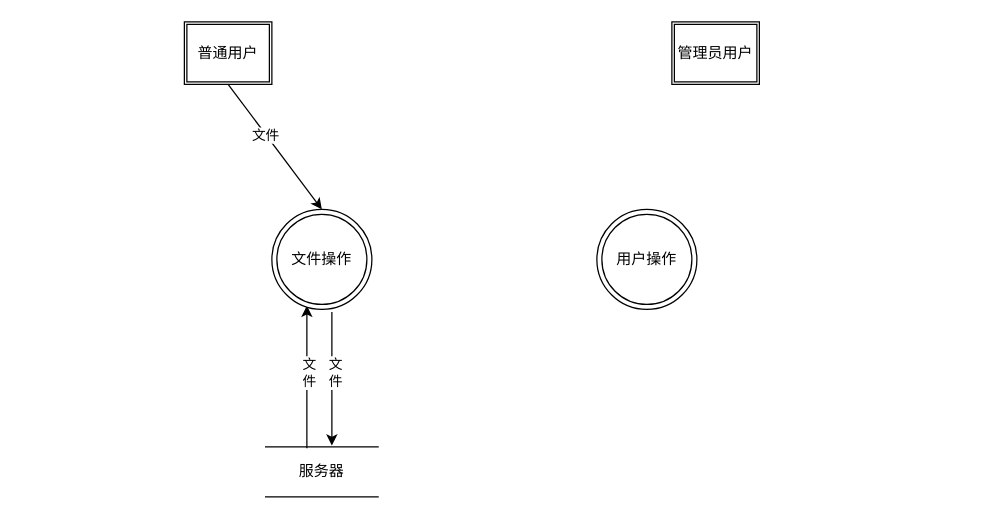
ppp-203/ppp-203 keeps this draw.io diagram as yewuliuchengtu2.0.drawio. Above is the earlier version. Source tidied: cells renumbered, new cells numbered last; positions are measured from the earlier drawing's top-left corner, leaving out a move shared by most shapes. Both pictures are drawn from the tidied source at 125%, with x=0, y=0 at pixel (184, 21).
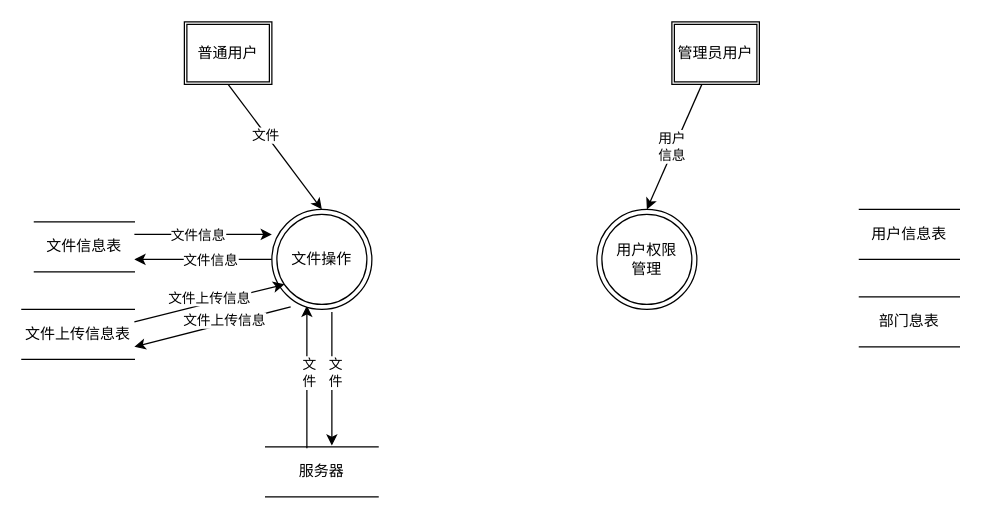
The same diagram, later.

Unchanged cells that the change refers to:
```xml
<mxCell id="7" value="文件操作" style="ellipse;shape=doubleEllipse;whiteSpace=wrap;html=1;" parent="1" vertex="1">
  <mxGeometry x="70" y="150" width="80" height="80" as="geometry" />
</mxCell>
<mxCell id="8" value="管理员用户" style="shape=ext;double=1;rounded=0;whiteSpace=wrap;html=1;" parent="1" vertex="1">
  <mxGeometry x="390" width="70" height="50" as="geometry" />
</mxCell>
```

Diff of the diagram source:
```diff
@@
+    <mxCell id="13" style="edgeStyle=none;rounded=0;jettySize=auto;html=1;entryX=1;entryY=0.75;entryDx=0;entryDy=0;" parent="1" edge="1" source="7" target="23">
+      <mxGeometry relative="1" as="geometry" />
+    </mxCell>
+    <mxCell id="14" value="文件信息" style="edgeLabel;html=1;align=center;verticalAlign=middle;" parent="13" vertex="1">
+      <mxGeometry x="-0.35" y="-2" relative="1" as="geometry">
+        <mxPoint x="-14" y="2" as="offset" />
+      </mxGeometry>
+    </mxCell>
+    <mxCell id="15" style="edgeStyle=none;rounded=0;jettySize=auto;html=1;entryX=1;entryY=0.75;entryDx=0;entryDy=0;exitX=0.188;exitY=0.975;exitDx=0;exitDy=0;exitPerimeter=0;" parent="1" edge="1" source="7" target="26">
+      <mxGeometry relative="1" as="geometry" />
+    </mxCell>
+    <mxCell id="16" value="&lt;span style=&quot;font-family: &amp;#34;helvetica&amp;#34;&quot;&gt;文件上传信息&lt;/span&gt;" style="edgeLabel;html=1;align=center;verticalAlign=middle;" parent="15" vertex="1">
+      <mxGeometry x="-0.32" relative="1" as="geometry">
+        <mxPoint x="-11" as="offset" />
+      </mxGeometry>
+    </mxCell>
@@
+    <mxCell id="17" style="edgeStyle=none;rounded=0;jettySize=auto;html=1;entryX=0.5;entryY=0;entryDx=0;entryDy=0;" parent="1" edge="1" source="8" target="12">
+      <mxGeometry relative="1" as="geometry" />
+    </mxCell>
+    <mxCell id="18" value="用户&lt;br&gt;信息" style="edgeLabel;html=1;align=center;verticalAlign=middle;" parent="17" vertex="1">
+      <mxGeometry x="0.17" y="3" relative="1" as="geometry">
+        <mxPoint x="-1" y="-10" as="offset" />
+      </mxGeometry>
+    </mxCell>
@@
-    <mxCell id="12" value="用户操作" style="ellipse;shape=doubleEllipse;whiteSpace=wrap;html=1;" parent="1" vertex="1">
+    <mxCell id="12" value="用户权限&lt;br&gt;管理" style="ellipse;shape=doubleEllipse;whiteSpace=wrap;html=1;" parent="1" vertex="1">
       <mxGeometry x="330" y="150" width="80" height="80" as="geometry" />
     </mxCell>
+    <mxCell id="19" value="用户信息表" style="shape=partialRectangle;whiteSpace=wrap;html=1;left=0;right=0;fillColor=none;" parent="1" vertex="1">
+      <mxGeometry x="540" y="150" width="80" height="40" as="geometry" />
+    </mxCell>
+    <mxCell id="20" value="部门息表" style="shape=partialRectangle;whiteSpace=wrap;html=1;left=0;right=0;fillColor=none;" parent="1" vertex="1">
+      <mxGeometry x="540" y="220" width="80" height="40" as="geometry" />
+    </mxCell>
+    <mxCell id="21" style="edgeStyle=none;rounded=0;jettySize=auto;html=1;exitX=1;exitY=0.25;exitDx=0;exitDy=0;" parent="1" edge="1" source="23">
+      <mxGeometry relative="1" as="geometry">
+        <mxPoint x="70" y="170" as="targetPoint" />
+      </mxGeometry>
+    </mxCell>
+    <mxCell id="22" value="文件信息" style="edgeLabel;html=1;align=center;verticalAlign=middle;" parent="21" vertex="1">
+      <mxGeometry x="-0.42" y="-2" relative="1" as="geometry">
+        <mxPoint x="18" y="-2" as="offset" />
+      </mxGeometry>
+    </mxCell>
+    <mxCell id="23" value="文件信息表" style="shape=partialRectangle;whiteSpace=wrap;html=1;left=0;right=0;fillColor=none;" parent="1" vertex="1">
+      <mxGeometry x="-120" y="160" width="80" height="40" as="geometry" />
+    </mxCell>
+    <mxCell id="24" style="edgeStyle=none;rounded=0;jettySize=auto;html=1;entryX=0.125;entryY=0.75;entryDx=0;entryDy=0;exitX=1;exitY=0.25;exitDx=0;exitDy=0;entryPerimeter=0;" parent="1" edge="1" source="26" target="7">
+      <mxGeometry relative="1" as="geometry" />
+    </mxCell>
+    <mxCell id="25" value="&lt;span style=&quot;font-family: &amp;#34;helvetica&amp;#34;&quot;&gt;文件上传信息&lt;/span&gt;" style="edgeLabel;html=1;align=center;verticalAlign=middle;" parent="24" vertex="1">
+      <mxGeometry x="-0.21" y="-5" relative="1" as="geometry">
+        <mxPoint x="11" y="-12" as="offset" />
+      </mxGeometry>
+    </mxCell>
+    <mxCell id="26" value="文件上传信息表" style="shape=partialRectangle;whiteSpace=wrap;html=1;left=0;right=0;fillColor=none;" parent="1" vertex="1">
+      <mxGeometry x="-130" y="230" width="90" height="40" as="geometry" />
+    </mxCell>
```
